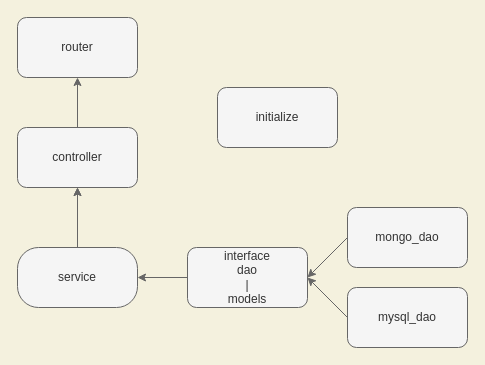
Earlier version of the draw.io diagram page "objs-struct" (2 of 2) of ml-mate.dio (GingerNg/trainmate). Source tidied: cells renumbered, new cells numbered last; positions are measured from the earlier drawing's top-left corner, leaving out a move shared by most shapes. Both pictures are drawn from the tidied source at 100%, with x=0, y=0 at pixel (17, 17).
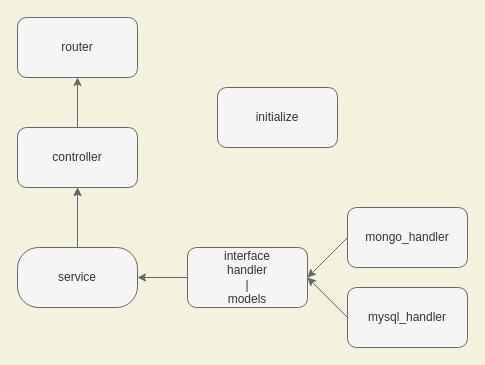
The same diagram, later.

The edit, as a diff of the source:
```diff
@@
 <mxGraphModel background="#F4F1DE">
   <root>
     <mxCell id="0" />
     <mxCell id="1" parent="0" />
     <mxCell id="2" value="router" style="whiteSpace=wrap;html=1;fontColor=#333333;strokeColor=#666666;fillColor=#f5f5f5;rounded=1;" parent="1" vertex="1">
       <mxGeometry width="120" height="60" as="geometry" />
     </mxCell>
     <mxCell id="3" style="edgeStyle=orthogonalEdgeStyle;jettySize=auto;html=1;exitX=0.5;exitY=0;exitDx=0;exitDy=0;fontColor=#393C56;strokeColor=#666666;fillColor=#f5f5f5;" parent="1" edge="1" source="4" target="2">
       <mxGeometry relative="1" as="geometry" />
     </mxCell>
     <mxCell id="4" value="controller" style="whiteSpace=wrap;html=1;fontColor=#333333;strokeColor=#666666;fillColor=#f5f5f5;rounded=1;" parent="1" vertex="1">
       <mxGeometry y="110" width="120" height="60" as="geometry" />
     </mxCell>
     <mxCell id="5" value="initialize" style="whiteSpace=wrap;html=1;fontColor=#333333;strokeColor=#666666;fillColor=#f5f5f5;rounded=1;" parent="1" vertex="1">
       <mxGeometry x="200" y="70" width="120" height="60" as="geometry" />
     </mxCell>
     <mxCell id="6" style="edgeStyle=none;html=1;exitX=0.5;exitY=0;exitDx=0;exitDy=0;entryX=0.5;entryY=1;entryDx=0;entryDy=0;fillColor=#f5f5f5;strokeColor=#666666;" parent="1" edge="1" source="8" target="4">
       <mxGeometry relative="1" as="geometry" />
     </mxCell>
     <mxCell id="7" style="edgeStyle=none;html=1;exitX=0.5;exitY=0;exitDx=0;exitDy=0;fillColor=#f5f5f5;strokeColor=#666666;" parent="1" edge="1" source="8">
       <mxGeometry relative="1" as="geometry">
         <mxPoint x="60" y="170" as="targetPoint" />
       </mxGeometry>
     </mxCell>
     <mxCell id="8" value="service" style="whiteSpace=wrap;html=1;fontColor=#333333;strokeColor=#666666;fillColor=#f5f5f5;arcSize=35;rounded=1;" parent="1" vertex="1">
       <mxGeometry y="230" width="120" height="60" as="geometry" />
     </mxCell>
     <mxCell id="9" style="edgeStyle=none;html=1;exitX=0;exitY=0.5;exitDx=0;exitDy=0;entryX=1;entryY=0.5;entryDx=0;entryDy=0;fillColor=#f5f5f5;strokeColor=#666666;" parent="1" edge="1" source="10" target="8">
       <mxGeometry relative="1" as="geometry" />
     </mxCell>
-    <mxCell id="10" value="interface&lt;br&gt;dao&lt;br&gt;|&lt;br&gt;models" style="rounded=1;whiteSpace=wrap;html=1;fillColor=#f5f5f5;strokeColor=#666666;fontColor=#333333;" parent="1" vertex="1">
+    <mxCell id="10" value="interface&lt;br&gt;handler&lt;br&gt;|&lt;br&gt;models" style="rounded=1;whiteSpace=wrap;html=1;fillColor=#f5f5f5;strokeColor=#666666;fontColor=#333333;" parent="1" vertex="1">
       <mxGeometry x="170" y="230" width="120" height="60" as="geometry" />
     </mxCell>
     <mxCell id="11" style="edgeStyle=none;html=1;exitX=0;exitY=0.5;exitDx=0;exitDy=0;entryX=1;entryY=0.5;entryDx=0;entryDy=0;fillColor=#f5f5f5;strokeColor=#666666;" parent="1" edge="1" source="12" target="10">
       <mxGeometry relative="1" as="geometry" />
     </mxCell>
-    <mxCell id="12" value="mongo_dao" style="rounded=1;whiteSpace=wrap;html=1;fillColor=#f5f5f5;strokeColor=#666666;fontColor=#333333;" parent="1" vertex="1">
+    <mxCell id="12" value="mongo_handler" style="rounded=1;whiteSpace=wrap;html=1;fillColor=#f5f5f5;strokeColor=#666666;fontColor=#333333;" parent="1" vertex="1">
       <mxGeometry x="330" y="190" width="120" height="60" as="geometry" />
     </mxCell>
     <mxCell id="13" style="edgeStyle=none;html=1;exitX=0;exitY=0.5;exitDx=0;exitDy=0;fillColor=#f5f5f5;strokeColor=#666666;" parent="1" edge="1" source="14">
       <mxGeometry relative="1" as="geometry">
         <mxPoint x="290" y="260" as="targetPoint" />
       </mxGeometry>
     </mxCell>
-    <mxCell id="14" value="mysql_dao" style="rounded=1;whiteSpace=wrap;html=1;fillColor=#f5f5f5;strokeColor=#666666;fontColor=#333333;" parent="1" vertex="1">
+    <mxCell id="14" value="mysql_handler" style="rounded=1;whiteSpace=wrap;html=1;fillColor=#f5f5f5;strokeColor=#666666;fontColor=#333333;" parent="1" vertex="1">
       <mxGeometry x="330" y="270" width="120" height="60" as="geometry" />
     </mxCell>
   </root>
 </mxGraphModel>
```
